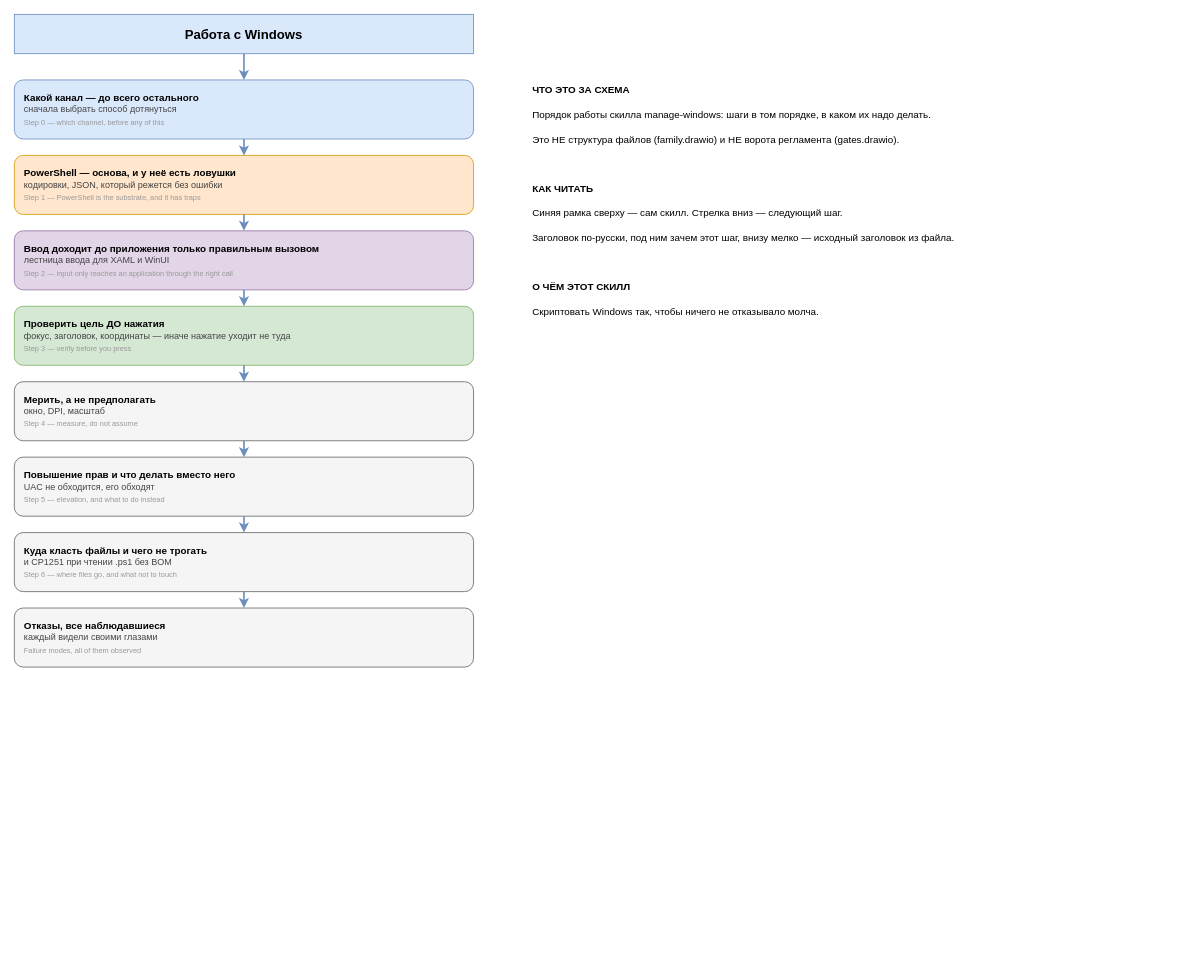
Above: skills/manage-windows/assets/diagram.drawio in ubik-dsh/deepseek-harness-skills (draw.io), before the change. Source tidied: cells renumbered, new cells numbered last; positions are measured from the earlier drawing's top-left corner, leaving out a move shared by most shapes. Both pictures are drawn from the tidied source at 82%, with x=0, y=0 at pixel (14, 14).
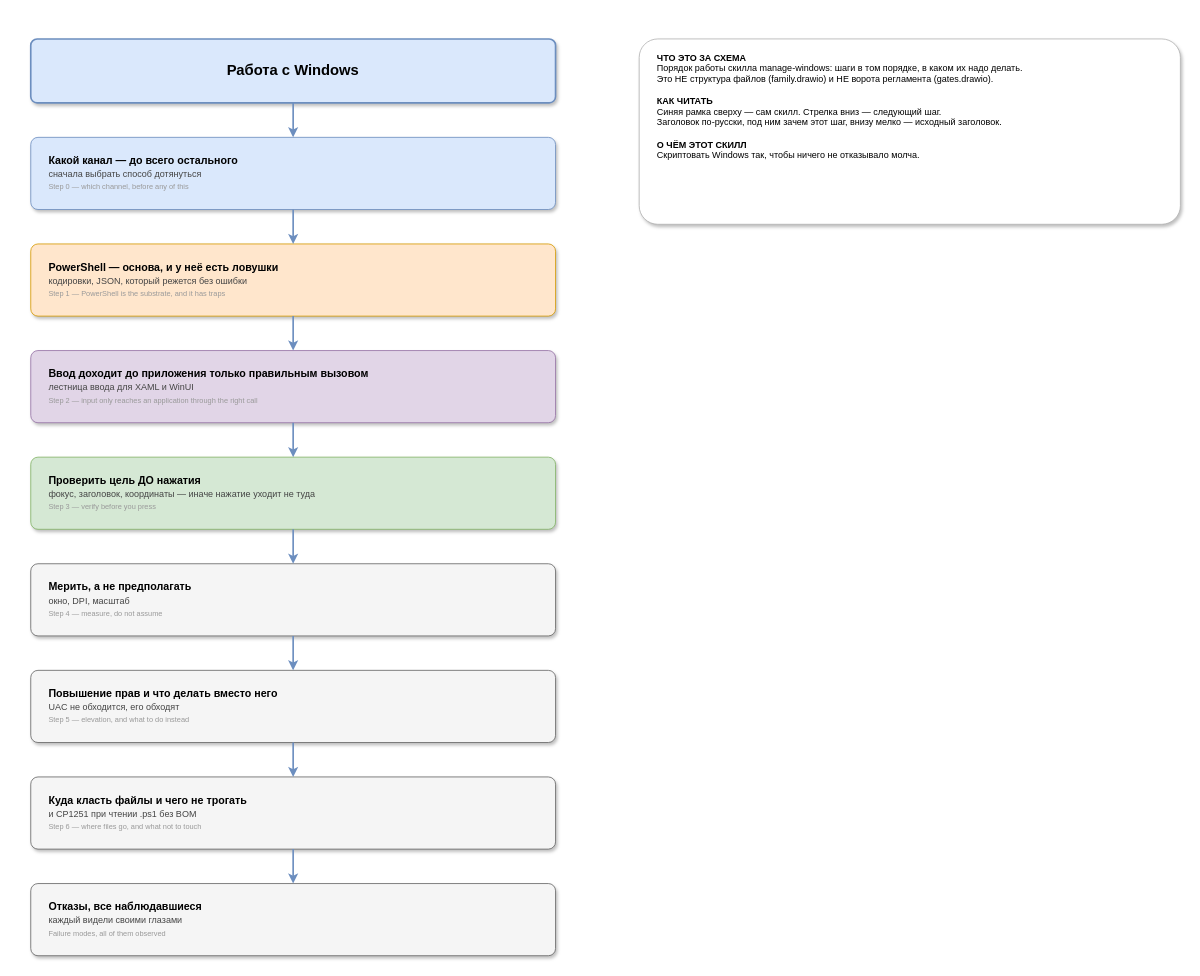
The same diagram, later.

The edit, as a diff of the source:
```diff
@@
-    <mxCell id="2" value="Работа с Windows" style="rounded=0;whiteSpace=wrap;html=1;fillColor=#DAE8FC;strokeColor=#6C8EBF;fontSize=16;fontStyle=1;" parent="1" vertex="1">
-      <mxGeometry width="560" height="48" as="geometry" />
+    <mxCell id="2" value="Работа с Windows" style="rounded=1;arcSize=10;whiteSpace=wrap;html=1;shadow=1;strokeWidth=2;fillColor=#DAE8FC;strokeColor=#6C8EBF;fontSize=18;fontStyle=1;align=center;verticalAlign=middle;" parent="1" vertex="1">
+      <mxGeometry x="20" y="30" width="640" height="78" as="geometry" />
     </mxCell>
-    <mxCell id="3" value="&lt;b&gt;Какой канал — до всего остального&lt;/b&gt;&lt;br&gt;&lt;font color=&quot;#444444&quot; style=&quot;font-size:11px&quot;&gt;сначала выбрать способ дотянуться&lt;/font&gt;&lt;br&gt;&lt;font color=&quot;#999999&quot; style=&quot;font-size:9px&quot;&gt;Step 0 — which channel, before any of this&lt;/font&gt;" style="rounded=1;whiteSpace=wrap;html=1;fillColor=#DAE8FC;strokeColor=#6C8EBF;align=left;spacingLeft=10;fontSize=12;" parent="1" vertex="1">
-      <mxGeometry y="80" width="560" height="72" as="geometry" />
+    <mxCell id="3" value="&lt;b&gt;Какой канал — до всего остального&lt;/b&gt;&lt;br&gt;&lt;font color=&quot;#444444&quot; style=&quot;font-size:11px&quot;&gt;сначала выбрать способ дотянуться&lt;/font&gt;&lt;br&gt;&lt;font color=&quot;#999999&quot; style=&quot;font-size:9px&quot;&gt;Step 0 — which channel, before any of this&lt;/font&gt;" style="rounded=1;arcSize=10;whiteSpace=wrap;html=1;shadow=1;strokeWidth=1;fillColor=#DAE8FC;strokeColor=#6C8EBF;align=left;verticalAlign=middle;spacingLeft=20;spacingTop=10;spacingBottom=10;fontSize=13;" parent="1" vertex="1">
+      <mxGeometry x="20" y="150" width="640" height="88" as="geometry" />
     </mxCell>
-    <mxCell id="4" style="endArrow=classic;html=1;strokeColor=#6C8EBF;strokeWidth=2;rounded=0;edgeStyle=orthogonalEdgeStyle;" parent="1" edge="1" source="2" target="3">
+    <mxCell id="4" style="endArrow=classic;html=1;strokeColor=#6C8EBF;strokeWidth=2;rounded=0;edgeStyle=orthogonalEdgeStyle;exitX=0.5;exitY=1;exitDx=0;exitDy=0;entryX=0.5;entryY=0;entryDx=0;entryDy=0;" parent="1" edge="1" source="2" target="3">
       <mxGeometry relative="1" as="geometry" />
     </mxCell>
-    <mxCell id="5" value="&lt;b&gt;PowerShell — основа, и у неё есть ловушки&lt;/b&gt;&lt;br&gt;&lt;font color=&quot;#444444&quot; style=&quot;font-size:11px&quot;&gt;кодировки, JSON, который режется без ошибки&lt;/font&gt;&lt;br&gt;&lt;font color=&quot;#999999&quot; style=&quot;font-size:9px&quot;&gt;Step 1 — PowerShell is the substrate, and it has traps&lt;/font&gt;" style="rounded=1;whiteSpace=wrap;html=1;fillColor=#FFE6CC;strokeColor=#D79B00;align=left;spacingLeft=10;fontSize=12;" parent="1" vertex="1">
-      <mxGeometry y="172" width="560" height="72" as="geometry" />
+    <mxCell id="5" value="&lt;b&gt;PowerShell — основа, и у неё есть ловушки&lt;/b&gt;&lt;br&gt;&lt;font color=&quot;#444444&quot; style=&quot;font-size:11px&quot;&gt;кодировки, JSON, который режется без ошибки&lt;/font&gt;&lt;br&gt;&lt;font color=&quot;#999999&quot; style=&quot;font-size:9px&quot;&gt;Step 1 — PowerShell is the substrate, and it has traps&lt;/font&gt;" style="rounded=1;arcSize=10;whiteSpace=wrap;html=1;shadow=1;strokeWidth=1;fillColor=#FFE6CC;strokeColor=#D79B00;align=left;verticalAlign=middle;spacingLeft=20;spacingTop=10;spacingBottom=10;fontSize=13;" parent="1" vertex="1">
+      <mxGeometry x="20" y="280" width="640" height="88" as="geometry" />
     </mxCell>
-    <mxCell id="6" style="endArrow=classic;html=1;strokeColor=#6C8EBF;strokeWidth=2;rounded=0;edgeStyle=orthogonalEdgeStyle;" parent="1" edge="1" source="3" target="5">
+    <mxCell id="6" style="endArrow=classic;html=1;strokeColor=#6C8EBF;strokeWidth=2;rounded=0;edgeStyle=orthogonalEdgeStyle;exitX=0.5;exitY=1;exitDx=0;exitDy=0;entryX=0.5;entryY=0;entryDx=0;entryDy=0;" parent="1" edge="1" source="3" target="5">
       <mxGeometry relative="1" as="geometry" />
     </mxCell>
-    <mxCell id="7" value="&lt;b&gt;Ввод доходит до приложения только правильным вызовом&lt;/b&gt;&lt;br&gt;&lt;font color=&quot;#444444&quot; style=&quot;font-size:11px&quot;&gt;лестница ввода для XAML и WinUI&lt;/font&gt;&lt;br&gt;&lt;font color=&quot;#999999&quot; style=&quot;font-size:9px&quot;&gt;Step 2 — input only reaches an application through the right call&lt;/font&gt;" style="rounded=1;whiteSpace=wrap;html=1;fillColor=#E1D5E7;strokeColor=#9673A6;align=left;spacingLeft=10;fontSize=12;" parent="1" vertex="1">
-      <mxGeometry y="264" width="560" height="72" as="geometry" />
+    <mxCell id="7" value="&lt;b&gt;Ввод доходит до приложения только правильным вызовом&lt;/b&gt;&lt;br&gt;&lt;font color=&quot;#444444&quot; style=&quot;font-size:11px&quot;&gt;лестница ввода для XAML и WinUI&lt;/font&gt;&lt;br&gt;&lt;font color=&quot;#999999&quot; style=&quot;font-size:9px&quot;&gt;Step 2 — input only reaches an application through the right call&lt;/font&gt;" style="rounded=1;arcSize=10;whiteSpace=wrap;html=1;shadow=1;strokeWidth=1;fillColor=#E1D5E7;strokeColor=#9673A6;align=left;verticalAlign=middle;spacingLeft=20;spacingTop=10;spacingBottom=10;fontSize=13;" parent="1" vertex="1">
+      <mxGeometry x="20" y="410" width="640" height="88" as="geometry" />
     </mxCell>
-    <mxCell id="8" style="endArrow=classic;html=1;strokeColor=#6C8EBF;strokeWidth=2;rounded=0;edgeStyle=orthogonalEdgeStyle;" parent="1" edge="1" source="5" target="7">
+    <mxCell id="8" style="endArrow=classic;html=1;strokeColor=#6C8EBF;strokeWidth=2;rounded=0;edgeStyle=orthogonalEdgeStyle;exitX=0.5;exitY=1;exitDx=0;exitDy=0;entryX=0.5;entryY=0;entryDx=0;entryDy=0;" parent="1" edge="1" source="5" target="7">
       <mxGeometry relative="1" as="geometry" />
     </mxCell>
-    <mxCell id="9" value="&lt;b&gt;Проверить цель ДО нажатия&lt;/b&gt;&lt;br&gt;&lt;font color=&quot;#444444&quot; style=&quot;font-size:11px&quot;&gt;фокус, заголовок, координаты — иначе нажатие уходит не туда&lt;/font&gt;&lt;br&gt;&lt;font color=&quot;#999999&quot; style=&quot;font-size:9px&quot;&gt;Step 3 — verify before you press&lt;/font&gt;" style="rounded=1;whiteSpace=wrap;html=1;fillColor=#D5E8D4;strokeColor=#82B366;align=left;spacingLeft=10;fontSize=12;" parent="1" vertex="1">
-      <mxGeometry y="356" width="560" height="72" as="geometry" />
+    <mxCell id="9" value="&lt;b&gt;Проверить цель ДО нажатия&lt;/b&gt;&lt;br&gt;&lt;font color=&quot;#444444&quot; style=&quot;font-size:11px&quot;&gt;фокус, заголовок, координаты — иначе нажатие уходит не туда&lt;/font&gt;&lt;br&gt;&lt;font color=&quot;#999999&quot; style=&quot;font-size:9px&quot;&gt;Step 3 — verify before you press&lt;/font&gt;" style="rounded=1;arcSize=10;whiteSpace=wrap;html=1;shadow=1;strokeWidth=1;fillColor=#D5E8D4;strokeColor=#82B366;align=left;verticalAlign=middle;spacingLeft=20;spacingTop=10;spacingBottom=10;fontSize=13;" parent="1" vertex="1">
+      <mxGeometry x="20" y="540" width="640" height="88" as="geometry" />
     </mxCell>
-    <mxCell id="10" style="endArrow=classic;html=1;strokeColor=#6C8EBF;strokeWidth=2;rounded=0;edgeStyle=orthogonalEdgeStyle;" parent="1" edge="1" source="7" target="9">
+    <mxCell id="10" style="endArrow=classic;html=1;strokeColor=#6C8EBF;strokeWidth=2;rounded=0;edgeStyle=orthogonalEdgeStyle;exitX=0.5;exitY=1;exitDx=0;exitDy=0;entryX=0.5;entryY=0;entryDx=0;entryDy=0;" parent="1" edge="1" source="7" target="9">
       <mxGeometry relative="1" as="geometry" />
     </mxCell>
-    <mxCell id="11" value="&lt;b&gt;Мерить, а не предполагать&lt;/b&gt;&lt;br&gt;&lt;font color=&quot;#444444&quot; style=&quot;font-size:11px&quot;&gt;окно, DPI, масштаб&lt;/font&gt;&lt;br&gt;&lt;font color=&quot;#999999&quot; style=&quot;font-size:9px&quot;&gt;Step 4 — measure, do not assume&lt;/font&gt;" style="rounded=1;whiteSpace=wrap;html=1;fillColor=#F5F5F5;strokeColor=#666666;align=left;spacingLeft=10;fontSize=12;" parent="1" vertex="1">
-      <mxGeometry y="448" width="560" height="72" as="geometry" />
+    <mxCell id="11" value="&lt;b&gt;Мерить, а не предполагать&lt;/b&gt;&lt;br&gt;&lt;font color=&quot;#444444&quot; style=&quot;font-size:11px&quot;&gt;окно, DPI, масштаб&lt;/font&gt;&lt;br&gt;&lt;font color=&quot;#999999&quot; style=&quot;font-size:9px&quot;&gt;Step 4 — measure, do not assume&lt;/font&gt;" style="rounded=1;arcSize=10;whiteSpace=wrap;html=1;shadow=1;strokeWidth=1;fillColor=#F5F5F5;strokeColor=#666666;align=left;verticalAlign=middle;spacingLeft=20;spacingTop=10;spacingBottom=10;fontSize=13;" parent="1" vertex="1">
+      <mxGeometry x="20" y="670" width="640" height="88" as="geometry" />
     </mxCell>
-    <mxCell id="12" style="endArrow=classic;html=1;strokeColor=#6C8EBF;strokeWidth=2;rounded=0;edgeStyle=orthogonalEdgeStyle;" parent="1" edge="1" source="9" target="11">
+    <mxCell id="12" style="endArrow=classic;html=1;strokeColor=#6C8EBF;strokeWidth=2;rounded=0;edgeStyle=orthogonalEdgeStyle;exitX=0.5;exitY=1;exitDx=0;exitDy=0;entryX=0.5;entryY=0;entryDx=0;entryDy=0;" parent="1" edge="1" source="9" target="11">
       <mxGeometry relative="1" as="geometry" />
     </mxCell>
-    <mxCell id="13" value="&lt;b&gt;Повышение прав и что делать вместо него&lt;/b&gt;&lt;br&gt;&lt;font color=&quot;#444444&quot; style=&quot;font-size:11px&quot;&gt;UAC не обходится, его обходят&lt;/font&gt;&lt;br&gt;&lt;font color=&quot;#999999&quot; style=&quot;font-size:9px&quot;&gt;Step 5 — elevation, and what to do instead&lt;/font&gt;" style="rounded=1;whiteSpace=wrap;html=1;fillColor=#F5F5F5;strokeColor=#666666;align=left;spacingLeft=10;fontSize=12;" parent="1" vertex="1">
-      <mxGeometry y="540" width="560" height="72" as="geometry" />
+    <mxCell id="13" value="&lt;b&gt;Повышение прав и что делать вместо него&lt;/b&gt;&lt;br&gt;&lt;font color=&quot;#444444&quot; style=&quot;font-size:11px&quot;&gt;UAC не обходится, его обходят&lt;/font&gt;&lt;br&gt;&lt;font color=&quot;#999999&quot; style=&quot;font-size:9px&quot;&gt;Step 5 — elevation, and what to do instead&lt;/font&gt;" style="rounded=1;arcSize=10;whiteSpace=wrap;html=1;shadow=1;strokeWidth=1;fillColor=#F5F5F5;strokeColor=#666666;align=left;verticalAlign=middle;spacingLeft=20;spacingTop=10;spacingBottom=10;fontSize=13;" parent="1" vertex="1">
+      <mxGeometry x="20" y="800" width="640" height="88" as="geometry" />
     </mxCell>
-    <mxCell id="14" style="endArrow=classic;html=1;strokeColor=#6C8EBF;strokeWidth=2;rounded=0;edgeStyle=orthogonalEdgeStyle;" parent="1" edge="1" source="11" target="13">
+    <mxCell id="14" style="endArrow=classic;html=1;strokeColor=#6C8EBF;strokeWidth=2;rounded=0;edgeStyle=orthogonalEdgeStyle;exitX=0.5;exitY=1;exitDx=0;exitDy=0;entryX=0.5;entryY=0;entryDx=0;entryDy=0;" parent="1" edge="1" source="11" target="13">
       <mxGeometry relative="1" as="geometry" />
     </mxCell>
-    <mxCell id="15" value="&lt;b&gt;Куда класть файлы и чего не трогать&lt;/b&gt;&lt;br&gt;&lt;font color=&quot;#444444&quot; style=&quot;font-size:11px&quot;&gt;и CP1251 при чтении .ps1 без BOM&lt;/font&gt;&lt;br&gt;&lt;font color=&quot;#999999&quot; style=&quot;font-size:9px&quot;&gt;Step 6 — where files go, and what not to touch&lt;/font&gt;" style="rounded=1;whiteSpace=wrap;html=1;fillColor=#F5F5F5;strokeColor=#666666;align=left;spacingLeft=10;fontSize=12;" parent="1" vertex="1">
-      <mxGeometry y="632" width="560" height="72" as="geometry" />
+    <mxCell id="15" value="&lt;b&gt;Куда класть файлы и чего не трогать&lt;/b&gt;&lt;br&gt;&lt;font color=&quot;#444444&quot; style=&quot;font-size:11px&quot;&gt;и CP1251 при чтении .ps1 без BOM&lt;/font&gt;&lt;br&gt;&lt;font color=&quot;#999999&quot; style=&quot;font-size:9px&quot;&gt;Step 6 — where files go, and what not to touch&lt;/font&gt;" style="rounded=1;arcSize=10;whiteSpace=wrap;html=1;shadow=1;strokeWidth=1;fillColor=#F5F5F5;strokeColor=#666666;align=left;verticalAlign=middle;spacingLeft=20;spacingTop=10;spacingBottom=10;fontSize=13;" parent="1" vertex="1">
+      <mxGeometry x="20" y="930" width="640" height="88" as="geometry" />
     </mxCell>
-    <mxCell id="16" style="endArrow=classic;html=1;strokeColor=#6C8EBF;strokeWidth=2;rounded=0;edgeStyle=orthogonalEdgeStyle;" parent="1" edge="1" source="13" target="15">
+    <mxCell id="16" style="endArrow=classic;html=1;strokeColor=#6C8EBF;strokeWidth=2;rounded=0;edgeStyle=orthogonalEdgeStyle;exitX=0.5;exitY=1;exitDx=0;exitDy=0;entryX=0.5;entryY=0;entryDx=0;entryDy=0;" parent="1" edge="1" source="13" target="15">
       <mxGeometry relative="1" as="geometry" />
     </mxCell>
-    <mxCell id="17" value="&lt;b&gt;Отказы, все наблюдавшиеся&lt;/b&gt;&lt;br&gt;&lt;font color=&quot;#444444&quot; style=&quot;font-size:11px&quot;&gt;каждый видели своими глазами&lt;/font&gt;&lt;br&gt;&lt;font color=&quot;#999999&quot; style=&quot;font-size:9px&quot;&gt;Failure modes, all of them observed&lt;/font&gt;" style="rounded=1;whiteSpace=wrap;html=1;fillColor=#F5F5F5;strokeColor=#666666;align=left;spacingLeft=10;fontSize=12;" parent="1" vertex="1">
-      <mxGeometry y="724" width="560" height="72" as="geometry" />
+    <mxCell id="17" value="&lt;b&gt;Отказы, все наблюдавшиеся&lt;/b&gt;&lt;br&gt;&lt;font color=&quot;#444444&quot; style=&quot;font-size:11px&quot;&gt;каждый видели своими глазами&lt;/font&gt;&lt;br&gt;&lt;font color=&quot;#999999&quot; style=&quot;font-size:9px&quot;&gt;Failure modes, all of them observed&lt;/font&gt;" style="rounded=1;arcSize=10;whiteSpace=wrap;html=1;shadow=1;strokeWidth=1;fillColor=#F5F5F5;strokeColor=#666666;align=left;verticalAlign=middle;spacingLeft=20;spacingTop=10;spacingBottom=10;fontSize=13;" parent="1" vertex="1">
+      <mxGeometry x="20" y="1060" width="640" height="88" as="geometry" />
     </mxCell>
-    <mxCell id="18" style="endArrow=classic;html=1;strokeColor=#6C8EBF;strokeWidth=2;rounded=0;edgeStyle=orthogonalEdgeStyle;" parent="1" edge="1" source="15" target="17">
+    <mxCell id="18" style="endArrow=classic;html=1;strokeColor=#6C8EBF;strokeWidth=2;rounded=0;edgeStyle=orthogonalEdgeStyle;exitX=0.5;exitY=1;exitDx=0;exitDy=0;entryX=0.5;entryY=0;entryDx=0;entryDy=0;" parent="1" edge="1" source="15" target="17">
       <mxGeometry relative="1" as="geometry" />
     </mxCell>
-    <mxCell id="19" value="ЧТО ЭТО ЗА СХЕМА" style="text;html=1;align=left;verticalAlign=middle;fontSize=12;fontStyle=1;strokeColor=none;fillColor=none;" parent="1" vertex="1">
-      <mxGeometry x="630" y="80" width="640" height="26" as="geometry" />
-    </mxCell>
-    <mxCell id="20" value="Порядок работы скилла manage-windows: шаги в том порядке, в каком их надо делать." style="text;html=1;align=left;verticalAlign=middle;fontSize=12;fontStyle=0;strokeColor=none;fillColor=none;" parent="1" vertex="1">
-      <mxGeometry x="630" y="110" width="640" height="26" as="geometry" />
-    </mxCell>
-    <mxCell id="21" value="Это НЕ структура файлов (family.drawio) и НЕ ворота регламента (gates.drawio)." style="text;html=1;align=left;verticalAlign=middle;fontSize=12;fontStyle=0;strokeColor=none;fillColor=none;" parent="1" vertex="1">
-      <mxGeometry x="630" y="140" width="640" height="26" as="geometry" />
-    </mxCell>
-    <mxCell id="22" style="text;html=1;align=left;verticalAlign=middle;fontSize=12;fontStyle=0;strokeColor=none;fillColor=none;" parent="1" vertex="1">
-      <mxGeometry x="630" y="170" width="640" height="26" as="geometry" />
-    </mxCell>
-    <mxCell id="23" value="КАК ЧИТАТЬ" style="text;html=1;align=left;verticalAlign=middle;fontSize=12;fontStyle=1;strokeColor=none;fillColor=none;" parent="1" vertex="1">
-      <mxGeometry x="630" y="200" width="640" height="26" as="geometry" />
-    </mxCell>
-    <mxCell id="24" value="Синяя рамка сверху — сам скилл. Стрелка вниз — следующий шаг." style="text;html=1;align=left;verticalAlign=middle;fontSize=12;fontStyle=0;strokeColor=none;fillColor=none;" parent="1" vertex="1">
-      <mxGeometry x="630" y="230" width="640" height="26" as="geometry" />
-    </mxCell>
-    <mxCell id="25" value="Заголовок по-русски, под ним зачем этот шаг, внизу мелко — исходный заголовок из файла." style="text;html=1;align=left;verticalAlign=middle;fontSize=12;fontStyle=0;strokeColor=none;fillColor=none;" parent="1" vertex="1">
-      <mxGeometry x="630" y="260" width="640" height="26" as="geometry" />
-    </mxCell>
-    <mxCell id="26" style="text;html=1;align=left;verticalAlign=middle;fontSize=12;fontStyle=0;strokeColor=none;fillColor=none;" parent="1" vertex="1">
-      <mxGeometry x="630" y="290" width="640" height="26" as="geometry" />
-    </mxCell>
-    <mxCell id="27" value="О ЧЁМ ЭТОТ СКИЛЛ" style="text;html=1;align=left;verticalAlign=middle;fontSize=12;fontStyle=1;strokeColor=none;fillColor=none;" parent="1" vertex="1">
-      <mxGeometry x="630" y="320" width="640" height="26" as="geometry" />
-    </mxCell>
-    <mxCell id="28" value="Скриптовать Windows так, чтобы ничего не отказывало молча." style="text;html=1;align=left;verticalAlign=middle;fontSize=12;fontStyle=0;strokeColor=none;fillColor=none;" parent="1" vertex="1">
-      <mxGeometry x="630" y="350" width="640" height="26" as="geometry" />
-    </mxCell>
+    <mxCell id="29" value="&lt;b&gt;ЧТО ЭТО ЗА СХЕМА&lt;/b&gt;&lt;br&gt;Порядок работы скилла manage-windows: шаги в том порядке, в каком их надо делать.&lt;br&gt;Это НЕ структура файлов (family.drawio) и НЕ ворота регламента (gates.drawio).&lt;br&gt;&amp;nbsp;&lt;br&gt;&lt;b&gt;КАК ЧИТАТЬ&lt;/b&gt;&lt;br&gt;Синяя рамка сверху — сам скилл. Стрелка вниз — следующий шаг.&lt;br&gt;Заголовок по-русски, под ним зачем этот шаг, внизу мелко — исходный заголовок.&lt;br&gt;&amp;nbsp;&lt;br&gt;&lt;b&gt;О ЧЁМ ЭТОТ СКИЛЛ&lt;/b&gt;&lt;br&gt;Скриптовать Windows так, чтобы ничего не отказывало молча.&lt;br&gt;&amp;nbsp;" style="rounded=1;arcSize=10;whiteSpace=wrap;html=1;shadow=1;strokeWidth=1;fillColor=#FFFFFF;strokeColor=#B3B3B3;align=left;verticalAlign=top;spacingLeft=20;spacingTop=10;fontSize=11;" parent="1" vertex="1">
+      <mxGeometry x="762" y="30" width="660" height="226" as="geometry" />
+    </mxCell>
```
